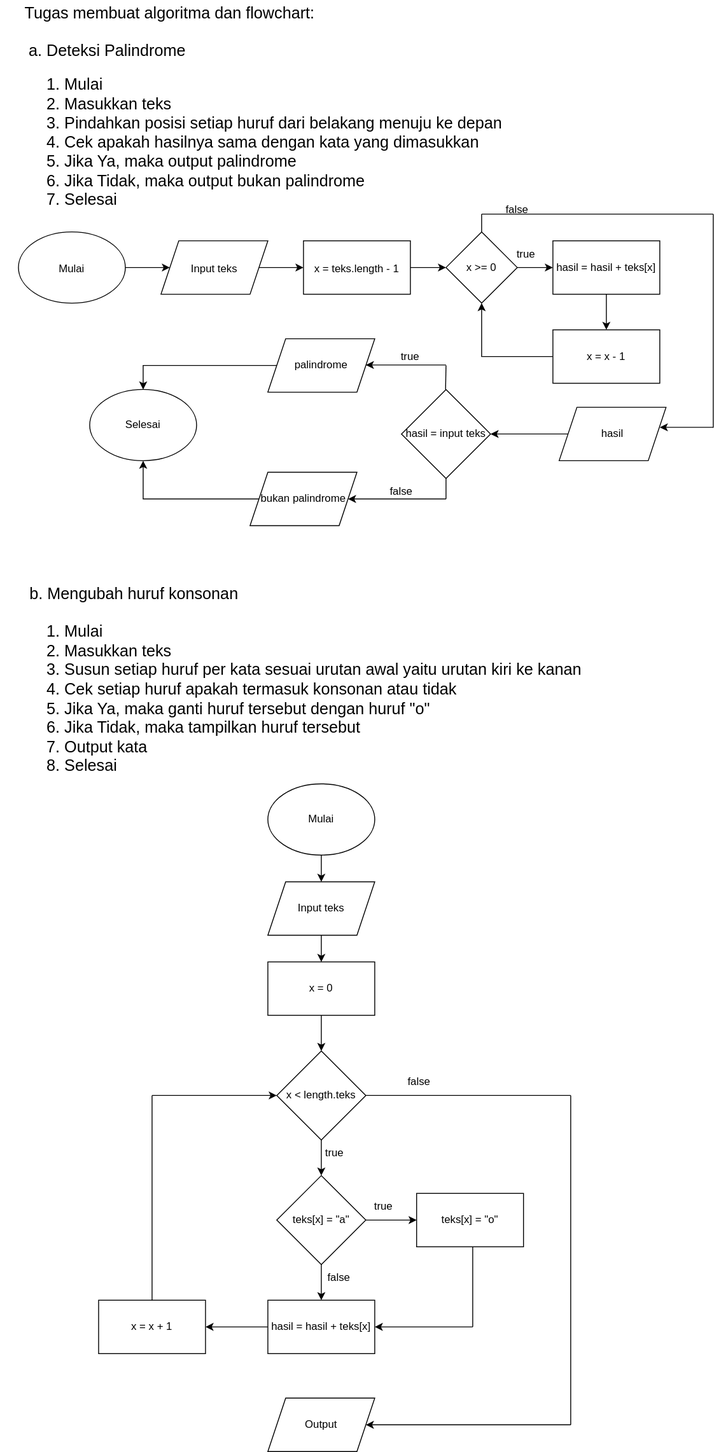
This is algoritma dan flowchart.drawio.svg from mstkm/fw12-javascript1, a draw.io export, as it was before one commit. Source tidied: cells renumbered, new cells last; positions are measured from the earlier drawing's top-left corner, leaving out a move shared by most shapes.
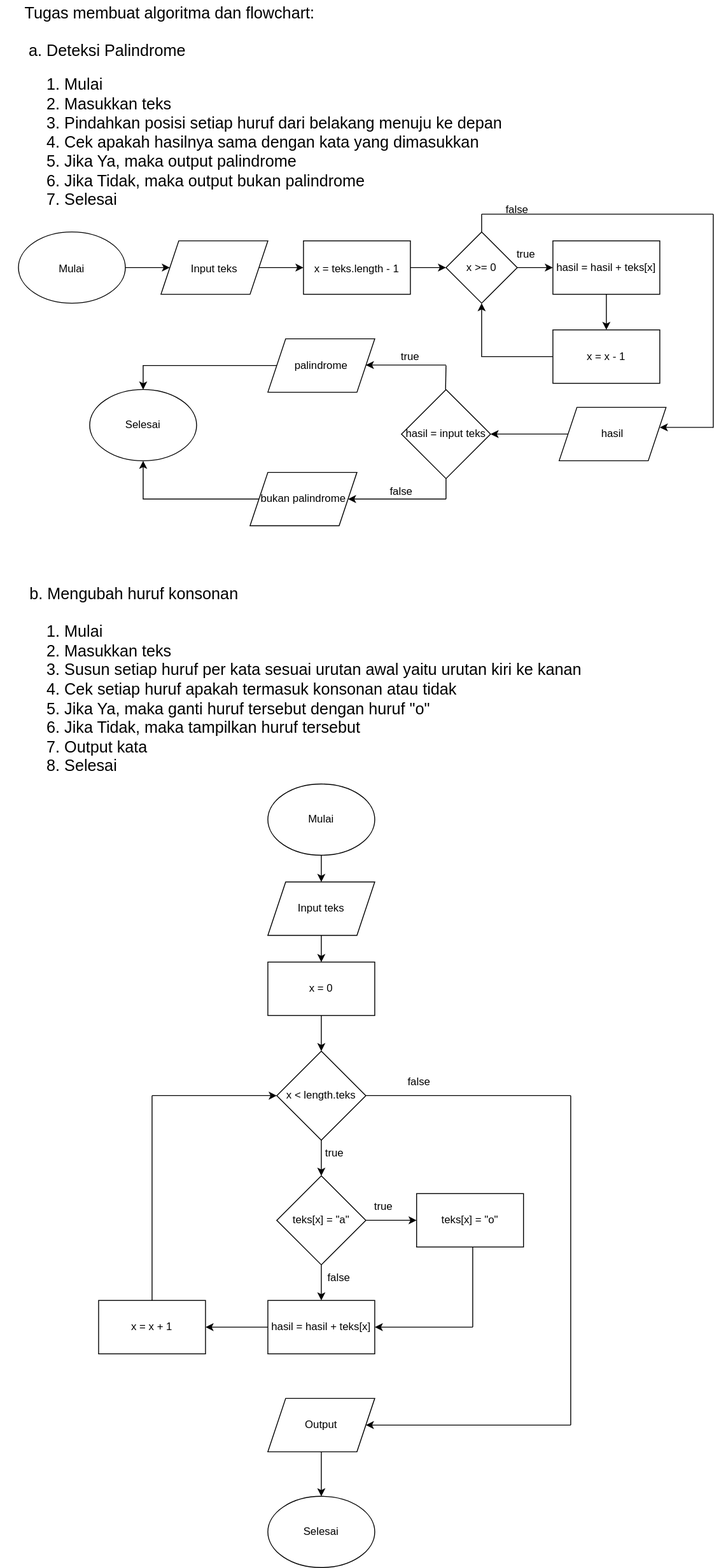
The same diagram one commit later.

Change to the diagram source:
```diff
@@ -207,6 +207,9 @@
         <mxPoint x="170" y="1230" as="sourcePoint" />
       </mxGeometry>
     </mxCell>
+    <mxCell id="66" style="edgeStyle=orthogonalEdgeStyle;rounded=0;jettySize=auto;html=1;" parent="1" edge="1" source="59" target="67">
+      <mxGeometry relative="1" as="geometry" />
+    </mxCell>
     <mxCell id="59" value="Output" style="shape=parallelogram;perimeter=parallelogramPerimeter;whiteSpace=wrap;html=1;fixedSize=1;" parent="1" vertex="1">
       <mxGeometry x="300" y="1570" width="120" height="60" as="geometry" />
     </mxCell>
@@ -235,5 +238,8 @@
     <mxCell id="65" value="false" style="text;html=1;strokeColor=none;fillColor=none;align=center;verticalAlign=middle;whiteSpace=wrap;rounded=0;fontSize=12;" parent="1" vertex="1">
       <mxGeometry x="550" y="220" width="60" height="30" as="geometry" />
     </mxCell>
+    <mxCell id="67" value="Selesai" style="ellipse;whiteSpace=wrap;html=1;" parent="1" vertex="1">
+      <mxGeometry x="300" y="1680" width="120" height="80" as="geometry" />
+    </mxCell>
   </root>
 </mxGraphModel>
```
